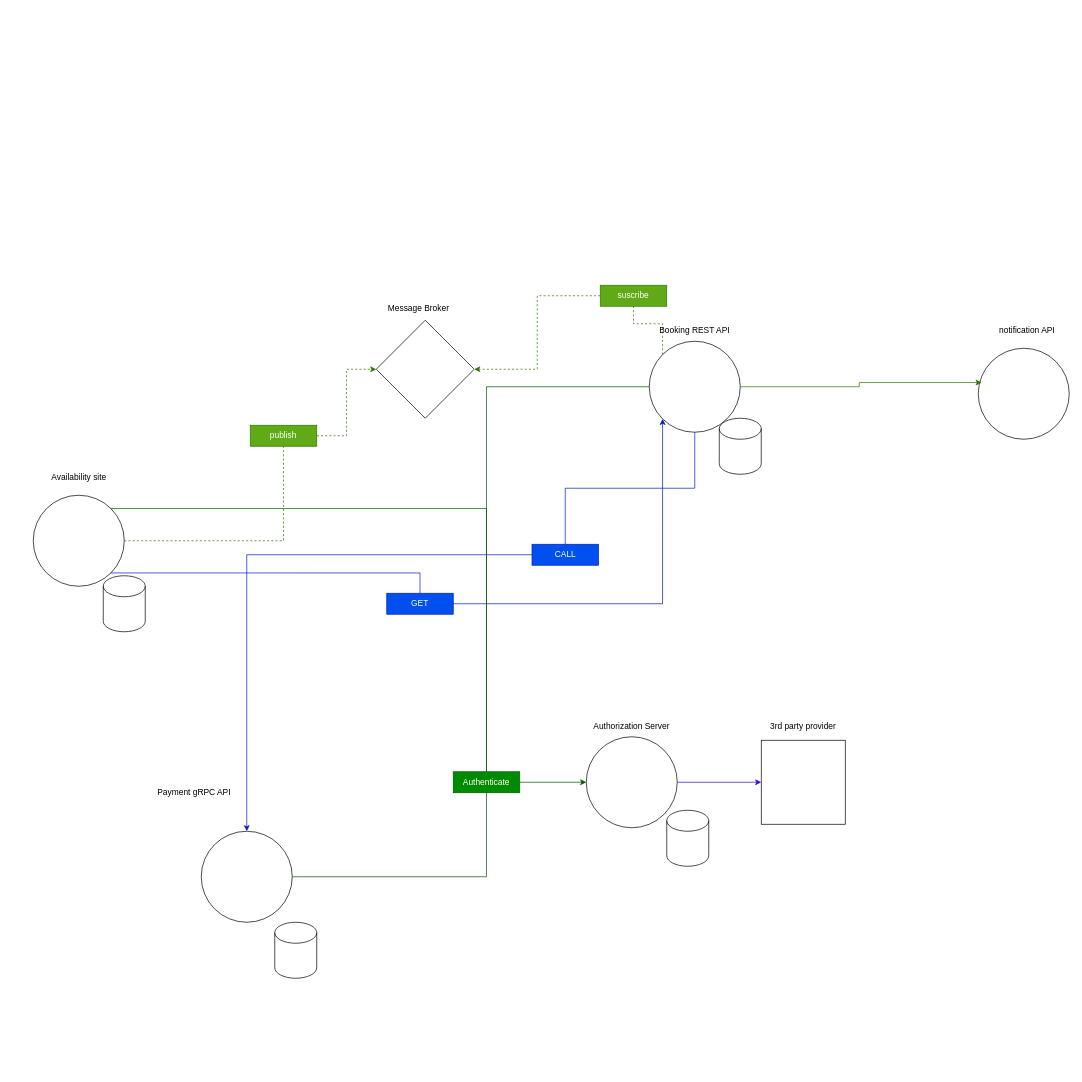
The draw.io diagram diagrama-clases.drawio in luc98/Programacion-IV-grupo-6, before the edit. Source tidied: cells renumbered, new cells numbered last; positions are measured from the earlier drawing's top-left corner, leaving out a move shared by most shapes. Both pictures are drawn from the tidied source at 70%, with x=0, y=0 at pixel (33, 285).
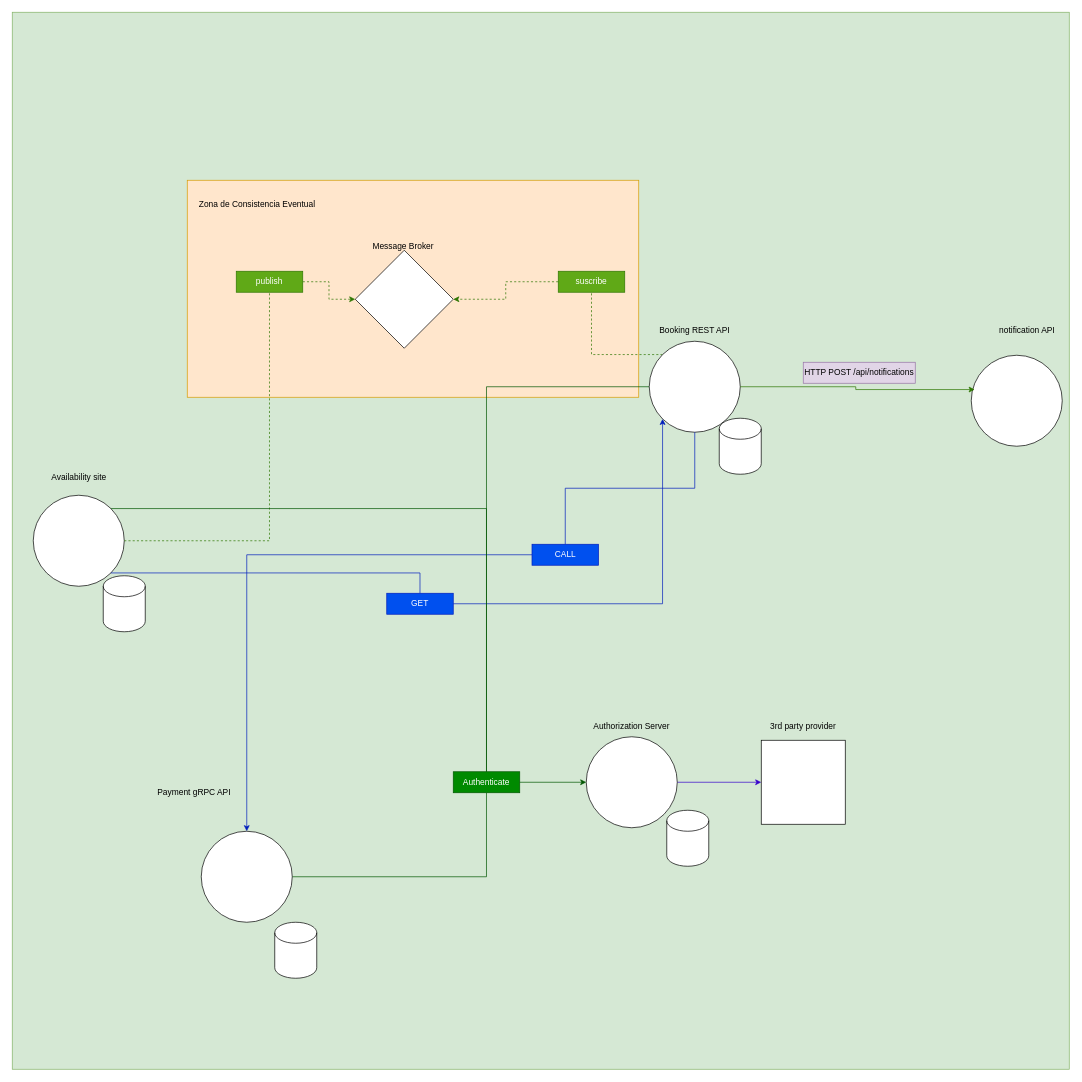
Above is the later version.

Commit message:
se actualizo en el diagrama donde se vuelve eventualmente consistente y la relacion notificacion api (co-work)

What changed in the source:
```diff
@@
+    <mxCell id="39" style="whiteSpace=wrap;html=1;fillColor=#d5e8d4;strokeColor=#82b366;" parent="1" vertex="1">
+      <mxGeometry x="-30" y="-390" width="1510" height="1510" as="geometry" />
+    </mxCell>
+    <mxCell id="40" style="rounded=0;whiteSpace=wrap;html=1;fillColor=#ffe6cc;strokeColor=#d79b00;" parent="1" vertex="1">
+      <mxGeometry x="220" y="-150" width="645" height="310" as="geometry" />
+    </mxCell>
@@
     <mxCell id="25" style="rhombus;whiteSpace=wrap;html=1;shapeInside=1;" parent="1" vertex="1">
-      <mxGeometry x="490" y="50" width="140" height="140" as="geometry" />
+      <mxGeometry x="460" y="-50" width="140" height="140" as="geometry" />
     </mxCell>
     <mxCell id="26" value="Message Broker" style="text;whiteSpace=wrap;html=1;" parent="1" vertex="1">
-      <mxGeometry x="505" y="20" width="110" height="40" as="geometry" />
+      <mxGeometry x="482.5" y="-70" width="110" height="40" as="geometry" />
     </mxCell>
     <mxCell id="27" style="ellipse;whiteSpace=wrap;html=1;shapeInside=1;" parent="1" vertex="1">
-      <mxGeometry x="1350" y="90" width="130" height="130" as="geometry" />
+      <mxGeometry x="1340" y="100" width="130" height="130" as="geometry" />
     </mxCell>
@@
     <mxCell id="30" value="publish" style="text;html=1;whiteSpace=wrap;strokeColor=#2D7600;fillColor=#60a917;align=center;verticalAlign=middle;rounded=0;fontColor=#ffffff;" parent="1" vertex="1">
-      <mxGeometry x="310" y="200" width="95" height="30" as="geometry" />
+      <mxGeometry x="290" y="-20" width="95" height="30" as="geometry" />
     </mxCell>
     <mxCell id="31" value="suscribe" style="text;html=1;whiteSpace=wrap;strokeColor=#2D7600;fillColor=#60a917;align=center;verticalAlign=middle;rounded=0;fontColor=#ffffff;" parent="1" vertex="1">
-      <mxGeometry x="810" width="95" height="30" as="geometry" />
+      <mxGeometry x="750" y="-20" width="95" height="30" as="geometry" />
     </mxCell>
@@
+    <mxCell id="41" value="HTTP POST /api/notifications" style="text;html=1;whiteSpace=wrap;strokeColor=#9673a6;fillColor=#e1d5e7;align=center;verticalAlign=middle;rounded=0;" parent="1" vertex="1">
+      <mxGeometry x="1100" y="110" width="160" height="30" as="geometry" />
+    </mxCell>
+    <mxCell id="42" value="Zona de Consistencia Eventual" style="text;html=1;whiteSpace=wrap;strokeColor=none;fillColor=none;align=center;verticalAlign=middle;rounded=0;" parent="1" vertex="1">
+      <mxGeometry x="230" y="-130" width="180" height="30" as="geometry" />
+    </mxCell>
```
